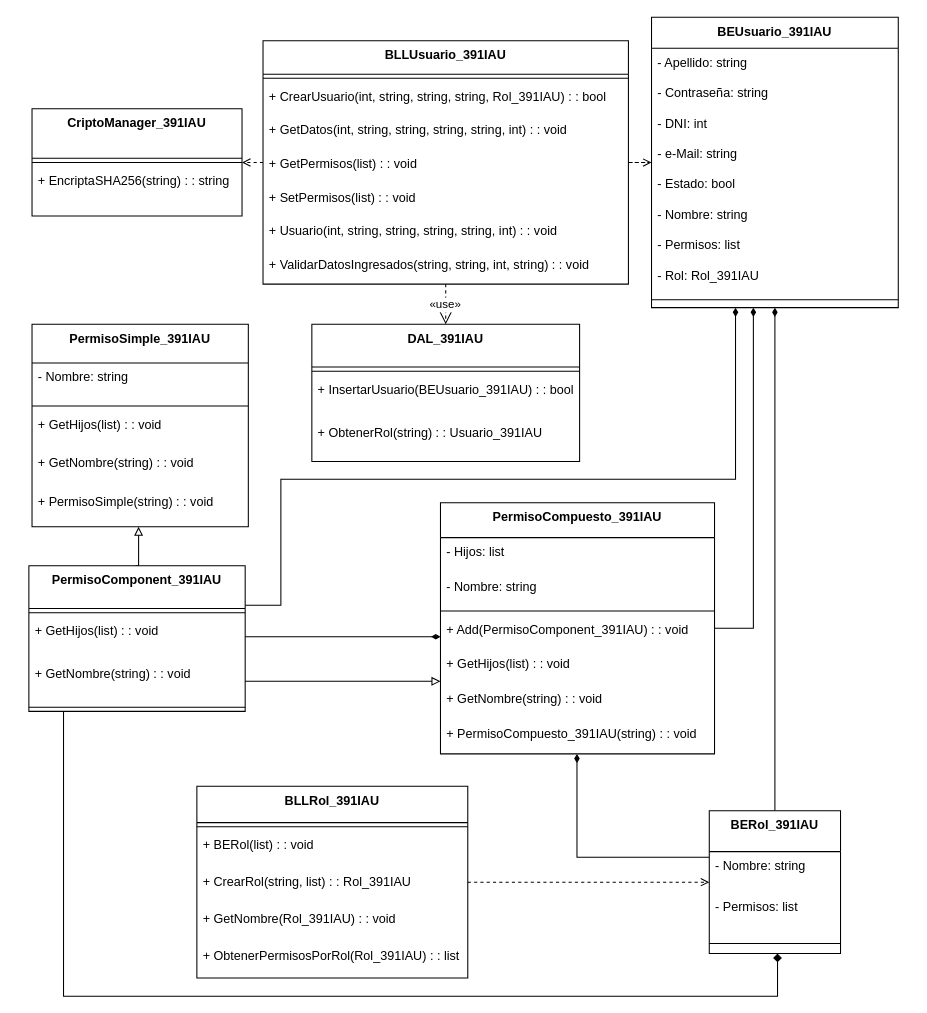
Above: nuevo/T02/T02.X.6 - Diagramas DER/T02.1.6 - Diagrama DER - CUS001 – Crear Usuario_391IAU/T02.1.6 - Diagrama DER - CUS001 – Crear Usuario_391IAU.drawio in ivaburug1/ingenieria-software (draw.io), before the change. Source tidied: cells renumbered, new cells numbered last; positions are measured from the earlier drawing's top-left corner, leaving out a move shared by most shapes. Both pictures are drawn from the tidied source at 105%, with x=0, y=0 at pixel (28, 17).
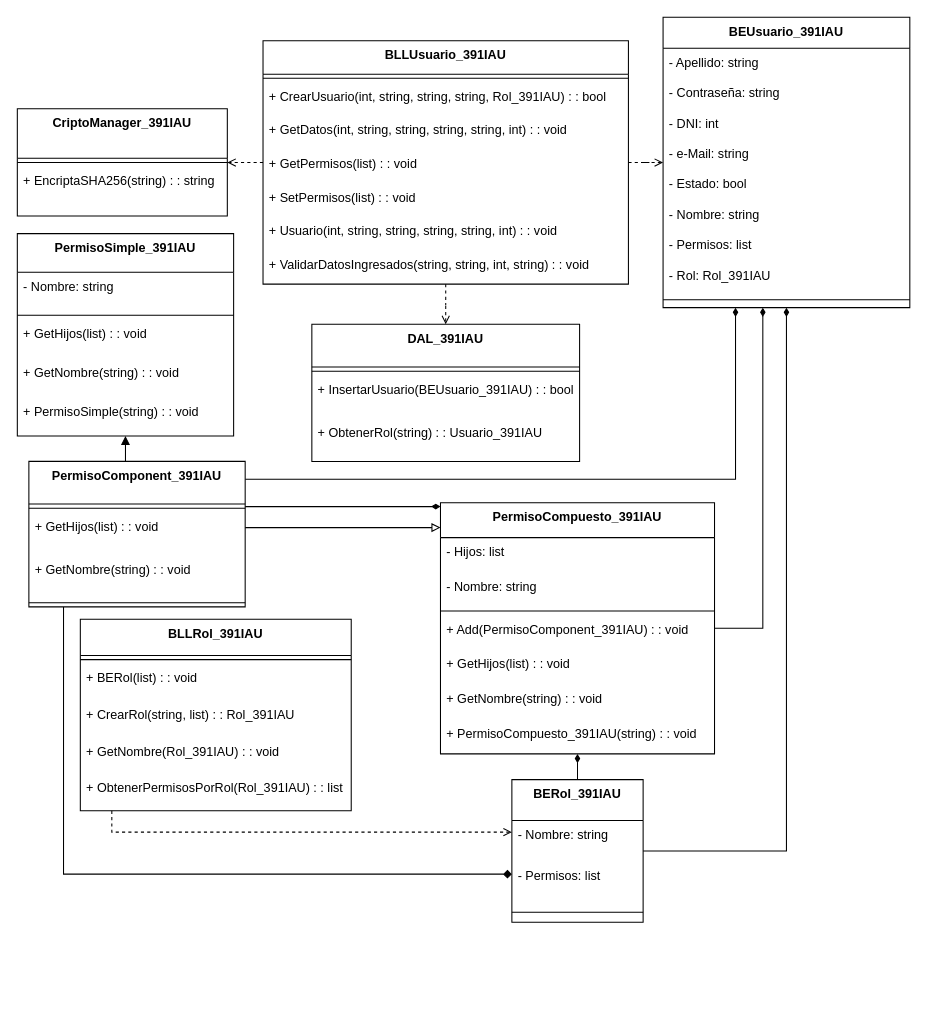
The same page after the edit.

The change refers to these unchanged cells:
```xml
<mxCell id="15" value="BLLUsuario_391IAU" style="swimlane;fontStyle=1;align=center;verticalAlign=top;horizontal=1;startSize=31.733333333333334;" parent="1" vertex="1">
  <mxGeometry x="223" y="22.4" width="348" height="231.7" as="geometry" />
</mxCell>
<mxCell id="23" value="DAL_391IAU" style="swimlane;fontStyle=1;align=center;verticalAlign=top;horizontal=1;startSize=40.57142857142857;" parent="1" vertex="1">
  <mxGeometry x="269.5" y="292.4" width="255" height="130.6" as="geometry" />
</mxCell>
<mxCell id="47" value="PermisoCompuesto_391IAU" style="swimlane;fontStyle=1;align=center;verticalAlign=top;horizontal=1;startSize=33.142857142857146;" parent="1" vertex="1">
  <mxGeometry x="392" y="462.4" width="261" height="239.1" as="geometry" />
</mxCell>
```

The edit, as a diff of the source:
```diff
@@
     <mxCell id="2" style="edgeStyle=orthogonalEdgeStyle;rounded=0;jettySize=auto;html=1;startArrow=diamondThin;startFill=1;endArrow=none;" parent="1" edge="1" source="3" target="56">
-      <mxGeometry relative="1" as="geometry" />
+      <mxGeometry relative="1" as="geometry">
+        <Array as="points">
+          <mxPoint x="722" y="794" />
+        </Array>
+      </mxGeometry>
     </mxCell>
     <mxCell id="3" value="BEUsuario_391IAU" style="swimlane;fontStyle=1;align=center;verticalAlign=top;horizontal=1;startSize=29.473684210526315;" parent="1" vertex="1">
-      <mxGeometry x="593" width="235" height="276.5" as="geometry" />
+      <mxGeometry x="604" width="235" height="276.5" as="geometry" />
     </mxCell>
@@
+    <mxCell id="67" style="edgeStyle=orthogonalEdgeStyle;rounded=0;jettySize=auto;html=1;dashed=1;endArrow=open;endFill=0;" parent="1" edge="1" source="15" target="23">
+      <mxGeometry relative="1" as="geometry" />
+    </mxCell>
@@
     <mxCell id="27" value="CriptoManager_391IAU" style="swimlane;fontStyle=1;align=center;verticalAlign=top;horizontal=1;startSize=47.2;" parent="1" vertex="1">
-      <mxGeometry x="3" y="87.1" width="200" height="102.2" as="geometry" />
+      <mxGeometry x="-11" y="87.1" width="200" height="102.2" as="geometry" />
     </mxCell>
@@
     <mxCell id="30" style="edgeStyle=orthogonalEdgeStyle;rounded=0;jettySize=auto;html=1;endArrow=diamondThin;endFill=1;" parent="1" edge="1" source="35" target="3">
       <mxGeometry relative="1" as="geometry">
         <Array as="points">
-          <mxPoint x="240" y="560" />
-          <mxPoint x="240" y="440" />
           <mxPoint x="673" y="440" />
         </Array>
       </mxGeometry>
     </mxCell>
-    <mxCell id="31" style="edgeStyle=orthogonalEdgeStyle;rounded=0;jettySize=auto;html=1;endArrow=block;endFill=0;" parent="1" edge="1" source="35" target="47">
+    <mxCell id="31" style="edgeStyle=orthogonalEdgeStyle;rounded=0;orthogonalLoop=1;jettySize=auto;html=1;endArrow=block;endFill=0;" parent="1" edge="1">
       <mxGeometry relative="1" as="geometry">
+        <mxPoint x="206" y="486" as="sourcePoint" />
+        <mxPoint x="392" y="486" as="targetPoint" />
         <Array as="points">
-          <mxPoint x="303" y="632.4" />
-          <mxPoint x="303" y="632.4" />
+          <mxPoint x="303" y="486" />
+          <mxPoint x="303" y="486" />
         </Array>
       </mxGeometry>
     </mxCell>
-    <mxCell id="32" style="edgeStyle=orthogonalEdgeStyle;rounded=0;jettySize=auto;html=1;endArrow=diamondThin;endFill=1;" parent="1" edge="1" source="35" target="47">
+    <mxCell id="32" style="edgeStyle=orthogonalEdgeStyle;rounded=0;orthogonalLoop=1;jettySize=auto;html=1;endArrow=diamondThin;endFill=1;" parent="1" edge="1">
       <mxGeometry relative="1" as="geometry">
+        <mxPoint x="206" y="466" as="sourcePoint" />
+        <mxPoint x="392" y="466" as="targetPoint" />
         <Array as="points">
-          <mxPoint x="270" y="590" />
-          <mxPoint x="270" y="590" />
+          <mxPoint x="270" y="466" />
+          <mxPoint x="270" y="466" />
         </Array>
       </mxGeometry>
     </mxCell>
     <mxCell id="33" style="edgeStyle=orthogonalEdgeStyle;rounded=0;jettySize=auto;html=1;endArrow=diamond;endFill=1;" parent="1" edge="1" source="35" target="56">
       <mxGeometry relative="1" as="geometry">
         <Array as="points">
-          <mxPoint x="33" y="932.4" />
-          <mxPoint x="713" y="932.4" />
+          <mxPoint x="33" y="816" />
         </Array>
       </mxGeometry>
     </mxCell>
-    <mxCell id="34" style="edgeStyle=orthogonalEdgeStyle;rounded=0;orthogonalLoop=1;jettySize=auto;html=1;endArrow=block;endFill=0;" parent="1" edge="1">
-      <mxGeometry relative="1" as="geometry">
-        <mxPoint x="101.5" y="522.4" as="sourcePoint" />
-        <mxPoint x="104.5" y="485.2" as="targetPoint" />
-      </mxGeometry>
-    </mxCell>
+    <mxCell id="68" style="edgeStyle=orthogonalEdgeStyle;rounded=0;jettySize=auto;html=1;endArrow=block;endFill=1;" parent="1" edge="1" source="35" target="40">
+      <mxGeometry relative="1" as="geometry">
+        <Array as="points">
+          <mxPoint x="92" y="416" />
+          <mxPoint x="92" y="416" />
+        </Array>
+      </mxGeometry>
+    </mxCell>
     <mxCell id="35" value="PermisoComponent_391IAU" style="swimlane;fontStyle=1;align=center;verticalAlign=top;horizontal=1;startSize=40.57142857142857;" parent="1" vertex="1">
-      <mxGeometry y="522.4" width="206" height="138.6" as="geometry" />
+      <mxGeometry y="422.9" width="206" height="138.6" as="geometry" />
     </mxCell>
@@
     <mxCell id="40" value="PermisoSimple_391IAU" style="swimlane;fontStyle=1;align=center;verticalAlign=top;horizontal=1;startSize=36.8;" parent="1" vertex="1">
-      <mxGeometry x="3" y="292.4" width="206" height="192.8" as="geometry" />
+      <mxGeometry x="-11" y="206" width="206" height="192.8" as="geometry" />
     </mxCell>
@@
     <mxCell id="46" style="edgeStyle=orthogonalEdgeStyle;rounded=0;jettySize=auto;html=1;endArrow=diamondThin;endFill=1;" parent="1" edge="1" source="47" target="3">
       <mxGeometry relative="1" as="geometry">
         <Array as="points">
-          <mxPoint x="690" y="582" />
+          <mxPoint x="699" y="582" />
         </Array>
       </mxGeometry>
     </mxCell>
@@
     <mxCell id="56" value="BERol_391IAU" style="swimlane;fontStyle=1;align=center;verticalAlign=top;horizontal=1;startSize=38.857142857142854;" parent="1" vertex="1">
-      <mxGeometry x="648" y="755.7" width="125" height="135.9" as="geometry" />
+      <mxGeometry x="460" y="726" width="125" height="135.9" as="geometry" />
     </mxCell>
@@
     <mxCell id="60" style="edgeStyle=orthogonalEdgeStyle;rounded=0;jettySize=auto;html=1;dashed=1;endArrow=open;endFill=0;" parent="1" edge="1" source="61" target="56">
-      <mxGeometry relative="1" as="geometry" />
+      <mxGeometry relative="1" as="geometry">
+        <Array as="points">
+          <mxPoint x="79" y="776" />
+        </Array>
+      </mxGeometry>
     </mxCell>
     <mxCell id="61" value="BLLRol_391IAU" style="swimlane;fontStyle=1;align=center;verticalAlign=top;horizontal=1;startSize=34.54545454545455;" parent="1" vertex="1">
-      <mxGeometry x="160" y="732.4" width="258" height="182.5" as="geometry" />
+      <mxGeometry x="49" y="573.2" width="258" height="182.5" as="geometry" />
     </mxCell>
@@
-    <mxCell id="67" value="«use»" style="curved=1;dashed=1;startArrow=none;endArrow=open;endSize=12;exitX=0.5;exitY=1;entryX=0.5;entryY=0;rounded=0;" parent="1" edge="1" source="15" target="23">
-      <mxGeometry relative="1" as="geometry" />
-    </mxCell>
```
